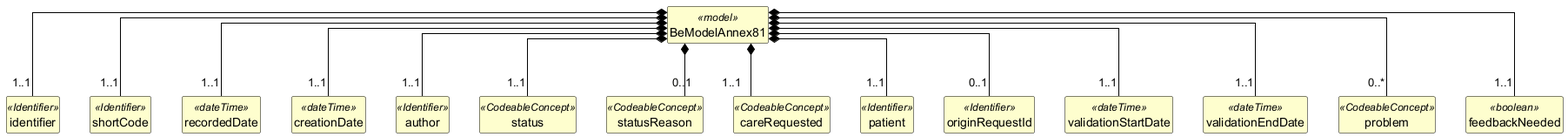
caresets/caresets-src keeps this PlantUML diagram as exports/diagrams/BeModelAnnex81-uml.png. Above is the earlier version.
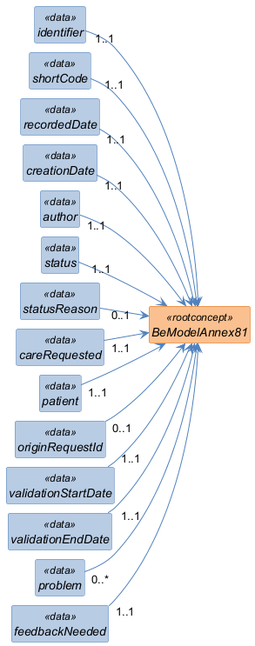
After the commit.

Change to the diagram source:
```diff
@@ -1,74 +1,81 @@
 @startuml
+left to right direction
 skinparam shadowing false
+skinparam nodesep 10
+skinparam ranksep 40
 skinparam classAttributeIconSize 0
-skinparam linetype ortho
 skinparam class {
-  BackgroundColor #FEFECE
-  BorderColor #000000
-  ArrowColor #000000
-  FontStyle bold
-  AttributeFontStyle normal
+  FontStyle italic
+  BackgroundColor<<rootconcept>> #FAC08F
+  BorderColor<<rootconcept>> #E36C0A
+  BackgroundColor<<data>> #B8CCE4
+  BorderColor<<data>> #4F81BD
+  BackgroundColor<<reference>> #D9D9D9
+  BorderColor<<reference>> #808080
+  BackgroundColor<<value set>> #C3D69B
+  BorderColor<<value set>> #77933C
+  ArrowColor #4F81BD
 }
 hide circle
 hide empty members
 
-class "BeModelAnnex81" as BeModelAnnex81 <<model>> {
+class "BeModelAnnex81" as BeModelAnnex81 <<rootconcept>> {
 }
 
-class "identifier" as BeModelAnnex81_identifier <<Identifier>> {
+class "identifier" as BeModelAnnex81_identifier <<data>> {
 }
 
-class "shortCode" as BeModelAnnex81_shortCode <<Identifier>> {
+class "shortCode" as BeModelAnnex81_shortCode <<data>> {
 }
 
-class "recordedDate" as BeModelAnnex81_recordedDate <<dateTime>> {
+class "recordedDate" as BeModelAnnex81_recordedDate <<data>> {
 }
 
-class "creationDate" as BeModelAnnex81_creationDate <<dateTime>> {
+class "creationDate" as BeModelAnnex81_creationDate <<data>> {
 }
 
-class "author" as BeModelAnnex81_author <<Identifier>> {
+class "author" as BeModelAnnex81_author <<data>> {
 }
 
-class "status" as BeModelAnnex81_status <<CodeableConcept>> {
+class "status" as BeModelAnnex81_status <<data>> {
 }
 
-class "statusReason" as BeModelAnnex81_statusReason <<CodeableConcept>> {
+class "statusReason" as BeModelAnnex81_statusReason <<data>> {
 }
 
-class "careRequested" as BeModelAnnex81_careRequested <<CodeableConcept>> {
+class "careRequested" as BeModelAnnex81_careRequested <<data>> {
 }
 
-class "patient" as BeModelAnnex81_patient <<Identifier>> {
+class "patient" as BeModelAnnex81_patient <<data>> {
 }
 
-class "originRequestId" as BeModelAnnex81_originRequestId <<Identifier>> {
+class "originRequestId" as BeModelAnnex81_originRequestId <<data>> {
 }
 
-class "validationStartDate" as BeModelAnnex81_validationStartDate <<dateTime>> {
+class "validationStartDate" as BeModelAnnex81_validationStartDate <<data>> {
 }
 
-class "validationEndDate" as BeModelAnnex81_validationEndDate <<dateTime>> {
+class "validationEndDate" as BeModelAnnex81_validationEndDate <<data>> {
 }
 
-class "problem" as BeModelAnnex81_problem <<CodeableConcept>> {
+class "problem" as BeModelAnnex81_problem <<data>> {
 }
 
-class "feedbackNeeded" as BeModelAnnex81_feedbackNeeded <<boolean>> {
+class "feedbackNeeded" as BeModelAnnex81_feedbackNeeded <<data>> {
 }
 
-BeModelAnnex81 *-- "1..1" BeModelAnnex81_identifier
-BeModelAnnex81 *-- "1..1" BeModelAnnex81_shortCode
-BeModelAnnex81 *-- "1..1" BeModelAnnex81_recordedDate
-BeModelAnnex81 *-- "1..1" BeModelAnnex81_creationDate
-BeModelAnnex81 *-- "1..1" BeModelAnnex81_author
-BeModelAnnex81 *-- "1..1" BeModelAnnex81_status
-BeModelAnnex81 *-- "0..1" BeModelAnnex81_statusReason
-BeModelAnnex81 *-- "1..1" BeModelAnnex81_careRequested
-BeModelAnnex81 *-- "1..1" BeModelAnnex81_patient
-BeModelAnnex81 *-- "0..1" BeModelAnnex81_originRequestId
-BeModelAnnex81 *-- "1..1" BeModelAnnex81_validationStartDate
-BeModelAnnex81 *-- "1..1" BeModelAnnex81_validationEndDate
-BeModelAnnex81 *-- "0..*" BeModelAnnex81_problem
-BeModelAnnex81 *-- "1..1" BeModelAnnex81_feedbackNeeded
+BeModelAnnex81_identifier "1..1" --> BeModelAnnex81
+BeModelAnnex81_shortCode "1..1" --> BeModelAnnex81
+BeModelAnnex81_recordedDate "1..1" --> BeModelAnnex81
+BeModelAnnex81_creationDate "1..1" --> BeModelAnnex81
+BeModelAnnex81_author "1..1" --> BeModelAnnex81
+BeModelAnnex81_status "1..1" --> BeModelAnnex81
+BeModelAnnex81_statusReason "0..1" --> BeModelAnnex81
+BeModelAnnex81_careRequested "1..1" --> BeModelAnnex81
+BeModelAnnex81_patient "1..1" --> BeModelAnnex81
+BeModelAnnex81_originRequestId "0..1" --> BeModelAnnex81
+BeModelAnnex81_validationStartDate "1..1" --> BeModelAnnex81
+BeModelAnnex81_validationEndDate "1..1" --> BeModelAnnex81
+BeModelAnnex81_problem "0..*" --> BeModelAnnex81
+BeModelAnnex81_feedbackNeeded "1..1" --> BeModelAnnex81
 @enduml
```
